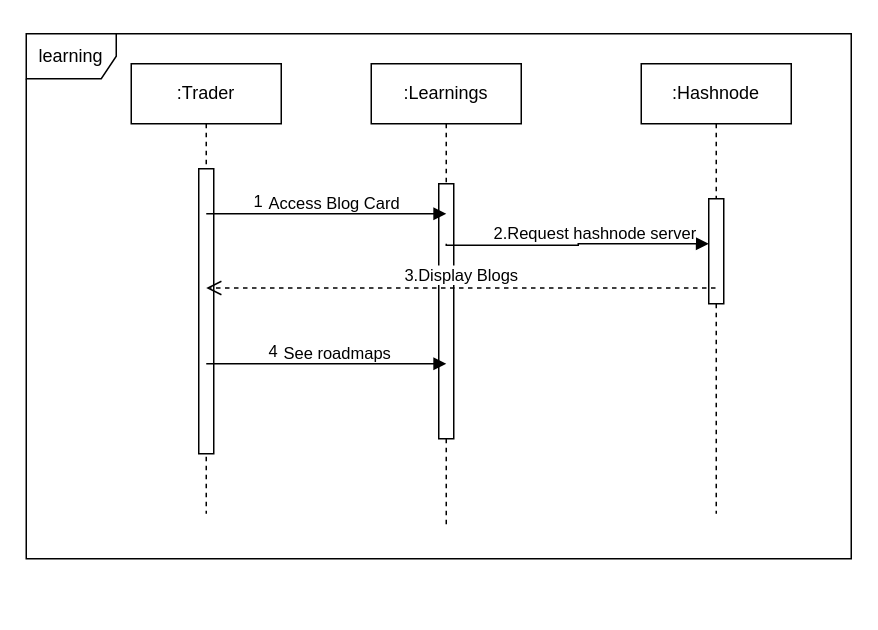
Before: Untitled Diagram.drawio in CODEX108/Computer-Security, a draw.io diagram. Source tidied: cells renumbered, new cells numbered last; positions are measured from the earlier drawing's top-left corner, leaving out a move shared by most shapes. Both pictures are drawn from the tidied source at 150%, with x=0, y=0 at pixel (26, 33).
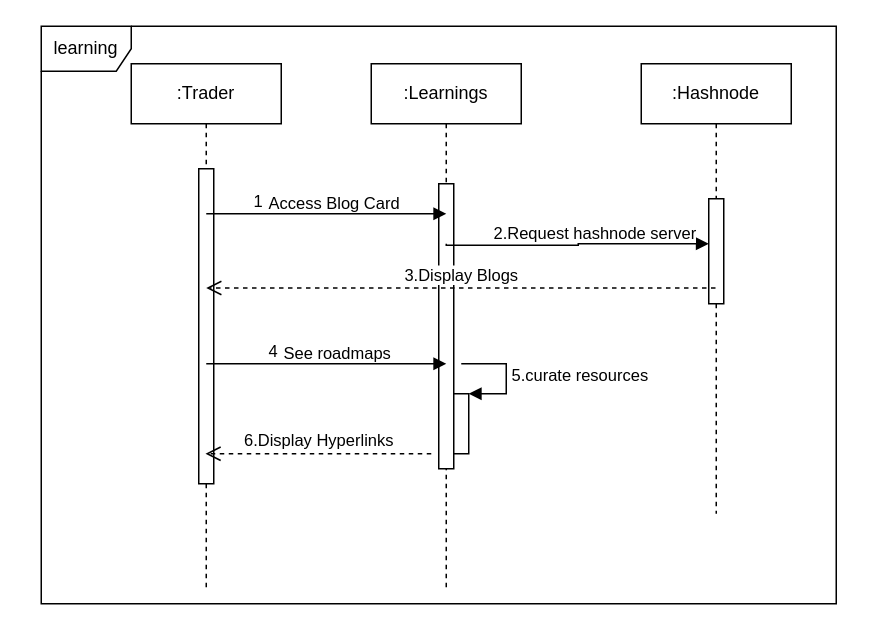
Above is the later version.

The edit, as a diff of the source:
```diff
@@
     <mxCell id="2" value=":Trader" style="shape=umlLifeline;perimeter=lifelinePerimeter;whiteSpace=wrap;html=1;outlineConnect=0;portConstraint=eastwest;newEdgeStyle={&quot;edgeStyle&quot;:&quot;elbowEdgeStyle&quot;,&quot;elbow&quot;:&quot;vertical&quot;,&quot;curved&quot;:0,&quot;rounded&quot;:0};" parent="1" vertex="1">
-      <mxGeometry x="70" y="20" width="100" height="300" as="geometry" />
+      <mxGeometry x="70" y="20" width="100" height="350" as="geometry" />
     </mxCell>
     <mxCell id="3" style="html=1;perimeter=orthogonalPerimeter;targetShapes=umlLifeline;newEdgeStyle={&quot;edgeStyle&quot;:&quot;elbowEdgeStyle&quot;,&quot;elbow&quot;:&quot;vertical&quot;,&quot;curved&quot;:0,&quot;rounded&quot;:0};" parent="2" vertex="1">
-      <mxGeometry x="45" y="70" width="10" height="190" as="geometry" />
+      <mxGeometry x="45" y="70" width="10" height="210" as="geometry" />
     </mxCell>
     <mxCell id="4" value=":Learnings" style="shape=umlLifeline;perimeter=lifelinePerimeter;whiteSpace=wrap;html=1;newEdgeStyle={&quot;edgeStyle&quot;:&quot;elbowEdgeStyle&quot;,&quot;elbow&quot;:&quot;vertical&quot;,&quot;curved&quot;:0,&quot;rounded&quot;:0};" parent="1" vertex="1">
-      <mxGeometry x="230" y="20" width="100" height="310" as="geometry" />
+      <mxGeometry x="230" y="20" width="100" height="350" as="geometry" />
     </mxCell>
     <mxCell id="5" style="html=1;perimeter=orthogonalPerimeter;targetShapes=umlLifeline;newEdgeStyle={&quot;edgeStyle&quot;:&quot;elbowEdgeStyle&quot;,&quot;elbow&quot;:&quot;vertical&quot;,&quot;curved&quot;:0,&quot;rounded&quot;:0};" parent="4" vertex="1">
-      <mxGeometry x="45" y="80" width="10" height="170" as="geometry" />
+      <mxGeometry x="45" y="80" width="10" height="190" as="geometry" />
     </mxCell>
+    <mxCell id="15" value="5.curate resources" style="html=1;align=left;spacingLeft=2;endArrow=block;rounded=0;edgeStyle=orthogonalEdgeStyle;curved=0;rounded=0;" parent="4" edge="1" target="16">
+      <mxGeometry relative="1" as="geometry">
+        <mxPoint x="60" y="200" as="sourcePoint" />
+        <Array as="points">
+          <mxPoint x="60" y="200" />
+          <mxPoint x="90" y="200" />
+          <mxPoint x="90" y="220" />
+        </Array>
+      </mxGeometry>
+    </mxCell>
+    <mxCell id="16" style="html=1;points=[[0,0,0,0,5],[0,1,0,0,-5],[1,0,0,0,5],[1,1,0,0,-5]];perimeter=orthogonalPerimeter;outlineConnect=0;targetShapes=umlLifeline;portConstraint=eastwest;newEdgeStyle={&quot;curved&quot;:0,&quot;rounded&quot;:0};" parent="4" vertex="1">
+      <mxGeometry x="55" y="220" width="10" height="40" as="geometry" />
+    </mxCell>
@@
     <mxCell id="14" value="learning" style="shape=umlFrame;whiteSpace=wrap;html=1;" parent="1" vertex="1">
-      <mxGeometry width="550" height="350" as="geometry" />
+      <mxGeometry x="10" y="-5" width="530" height="385" as="geometry" />
     </mxCell>
+    <mxCell id="17" value="6.Display Hyperlinks" style="html=1;verticalAlign=bottom;endArrow=open;dashed=1;endSize=8;curved=0;rounded=0;" parent="1" edge="1" target="2">
+      <mxGeometry relative="1" as="geometry">
+        <mxPoint x="270" y="280" as="sourcePoint" />
+      </mxGeometry>
+    </mxCell>
```
